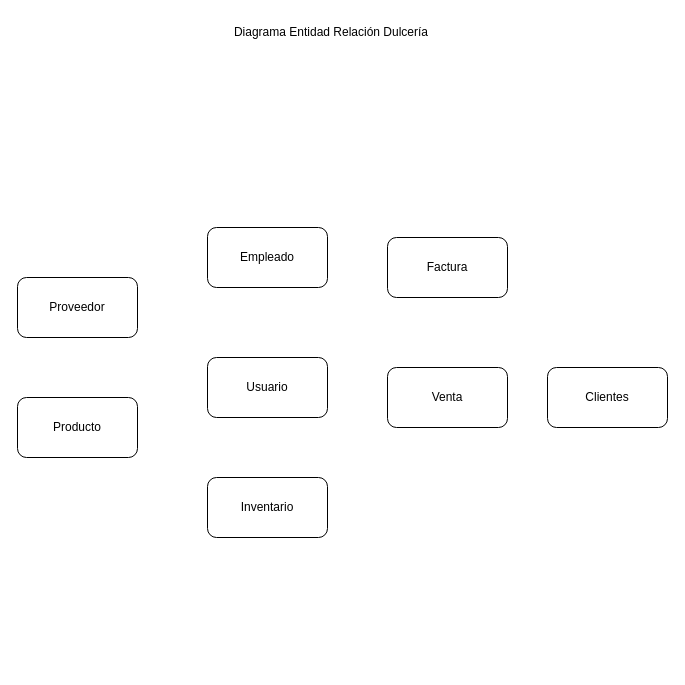
Earlier version of the draw.io diagram Dulcería.drawio (AlexAntonio29/PracticasProgramacion). Source tidied: cells renumbered, new cells numbered last; positions are measured from the earlier drawing's top-left corner, leaving out a move shared by most shapes. Both pictures are drawn from the tidied source at 100%, with x=0, y=0 at pixel (17, 17).
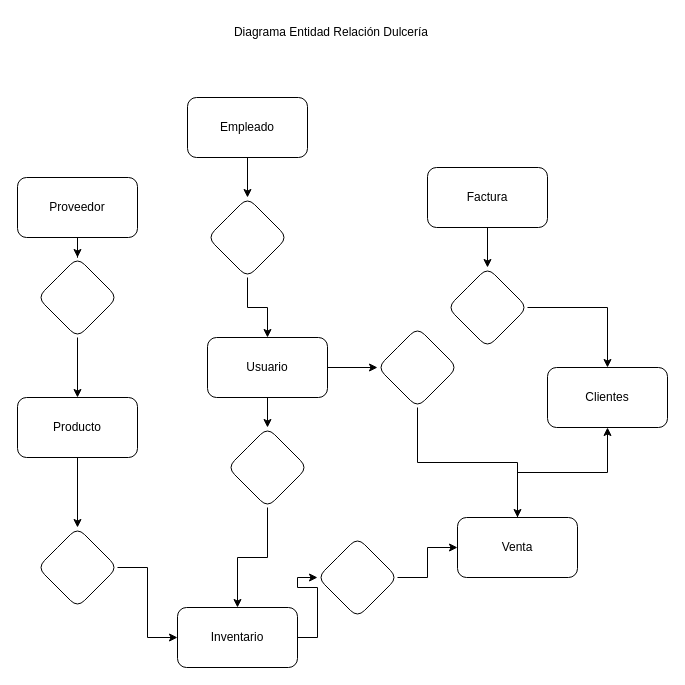
The same page after the edit.

The change refers to these unchanged cells:
```xml
<mxCell id="3" value="Clientes" style="rounded=1;whiteSpace=wrap;html=1;" parent="1" vertex="1">
  <mxGeometry x="530" y="350" width="120" height="60" as="geometry" />
</mxCell>
<mxCell id="9" value="Producto" style="rounded=1;whiteSpace=wrap;html=1;" parent="1" vertex="1">
  <mxGeometry y="380" width="120" height="60" as="geometry" />
</mxCell>
```

What changed in the source:
```diff
@@
+    <mxCell id="11" style="edgeStyle=orthogonalEdgeStyle;rounded=0;jettySize=auto;html=1;" parent="1" edge="1" source="2" target="32">
+      <mxGeometry relative="1" as="geometry" />
+    </mxCell>
     <mxCell id="2" value="Inventario" style="rounded=1;whiteSpace=wrap;html=1;" parent="1" vertex="1">
-      <mxGeometry x="190" y="460" width="120" height="60" as="geometry" />
+      <mxGeometry x="160" y="590" width="120" height="60" as="geometry" />
     </mxCell>
@@
+    <mxCell id="12" style="edgeStyle=orthogonalEdgeStyle;rounded=0;jettySize=auto;html=1;" parent="1" edge="1" source="4" target="22">
+      <mxGeometry relative="1" as="geometry" />
+    </mxCell>
     <mxCell id="4" value="Proveedor" style="rounded=1;whiteSpace=wrap;html=1;" parent="1" vertex="1">
-      <mxGeometry y="260" width="120" height="60" as="geometry" />
+      <mxGeometry y="160" width="120" height="60" as="geometry" />
     </mxCell>
+    <mxCell id="13" style="edgeStyle=orthogonalEdgeStyle;rounded=0;jettySize=auto;html=1;" parent="1" edge="1" source="5" target="24">
+      <mxGeometry relative="1" as="geometry" />
+    </mxCell>
     <mxCell id="5" value="Empleado" style="rounded=1;whiteSpace=wrap;html=1;" parent="1" vertex="1">
-      <mxGeometry x="190" y="210" width="120" height="60" as="geometry" />
+      <mxGeometry x="170" y="80" width="120" height="60" as="geometry" />
     </mxCell>
+    <mxCell id="14" style="edgeStyle=orthogonalEdgeStyle;rounded=0;jettySize=auto;html=1;exitX=0.5;exitY=1;exitDx=0;exitDy=0;entryX=0.5;entryY=0;entryDx=0;entryDy=0;" parent="1" edge="1" source="6" target="26">
+      <mxGeometry relative="1" as="geometry" />
+    </mxCell>
+    <mxCell id="15" style="edgeStyle=orthogonalEdgeStyle;rounded=0;jettySize=auto;html=1;" parent="1" edge="1" source="6" target="30">
+      <mxGeometry relative="1" as="geometry" />
+    </mxCell>
     <mxCell id="6" value="Usuario" style="rounded=1;whiteSpace=wrap;html=1;" parent="1" vertex="1">
-      <mxGeometry x="190" y="340" width="120" height="60" as="geometry" />
+      <mxGeometry x="190" y="320" width="120" height="60" as="geometry" />
     </mxCell>
+    <mxCell id="16" style="edgeStyle=orthogonalEdgeStyle;rounded=0;jettySize=auto;html=1;entryX=0.5;entryY=1;entryDx=0;entryDy=0;" parent="1" edge="1" source="7" target="3">
+      <mxGeometry relative="1" as="geometry" />
+    </mxCell>
     <mxCell id="7" value="Venta" style="rounded=1;whiteSpace=wrap;html=1;" parent="1" vertex="1">
-      <mxGeometry x="370" y="350" width="120" height="60" as="geometry" />
+      <mxGeometry x="440" y="500" width="120" height="60" as="geometry" />
     </mxCell>
+    <mxCell id="17" style="edgeStyle=orthogonalEdgeStyle;rounded=0;jettySize=auto;html=1;" parent="1" edge="1" source="8" target="28">
+      <mxGeometry relative="1" as="geometry" />
+    </mxCell>
     <mxCell id="8" value="Factura" style="rounded=1;whiteSpace=wrap;html=1;" parent="1" vertex="1">
-      <mxGeometry x="370" y="220" width="120" height="60" as="geometry" />
+      <mxGeometry x="410" y="150" width="120" height="60" as="geometry" />
     </mxCell>
+    <mxCell id="18" style="edgeStyle=orthogonalEdgeStyle;rounded=0;jettySize=auto;html=1;" parent="1" edge="1" source="9" target="20">
+      <mxGeometry relative="1" as="geometry" />
+    </mxCell>
@@
+    <mxCell id="19" style="edgeStyle=orthogonalEdgeStyle;rounded=0;jettySize=auto;html=1;entryX=0;entryY=0.5;entryDx=0;entryDy=0;" parent="1" edge="1" source="20" target="2">
+      <mxGeometry relative="1" as="geometry" />
+    </mxCell>
+    <mxCell id="20" style="rhombus;whiteSpace=wrap;html=1;rounded=1;" parent="1" vertex="1">
+      <mxGeometry x="20" y="510" width="80" height="80" as="geometry" />
+    </mxCell>
+    <mxCell id="21" style="edgeStyle=orthogonalEdgeStyle;rounded=0;jettySize=auto;html=1;entryX=0.5;entryY=0;entryDx=0;entryDy=0;" parent="1" edge="1" source="22" target="9">
+      <mxGeometry relative="1" as="geometry" />
+    </mxCell>
+    <mxCell id="22" style="rhombus;whiteSpace=wrap;html=1;rounded=1;" parent="1" vertex="1">
+      <mxGeometry x="20" y="240" width="80" height="80" as="geometry" />
+    </mxCell>
+    <mxCell id="23" style="edgeStyle=orthogonalEdgeStyle;rounded=0;jettySize=auto;html=1;entryX=0.5;entryY=0;entryDx=0;entryDy=0;" parent="1" edge="1" source="24" target="6">
+      <mxGeometry relative="1" as="geometry" />
+    </mxCell>
+    <mxCell id="24" style="rhombus;whiteSpace=wrap;html=1;rounded=1;" parent="1" vertex="1">
+      <mxGeometry x="190" y="180" width="80" height="80" as="geometry" />
+    </mxCell>
+    <mxCell id="25" style="edgeStyle=orthogonalEdgeStyle;rounded=0;jettySize=auto;html=1;exitX=0.5;exitY=1;exitDx=0;exitDy=0;entryX=0.5;entryY=0;entryDx=0;entryDy=0;" parent="1" edge="1" source="26" target="2">
+      <mxGeometry relative="1" as="geometry" />
+    </mxCell>
+    <mxCell id="26" style="rhombus;whiteSpace=wrap;html=1;rounded=1;" parent="1" vertex="1">
+      <mxGeometry x="210" y="410" width="80" height="80" as="geometry" />
+    </mxCell>
+    <mxCell id="27" style="edgeStyle=orthogonalEdgeStyle;rounded=0;jettySize=auto;html=1;entryX=0.5;entryY=0;entryDx=0;entryDy=0;" parent="1" edge="1" source="28" target="3">
+      <mxGeometry relative="1" as="geometry" />
+    </mxCell>
+    <mxCell id="28" style="rhombus;whiteSpace=wrap;html=1;rounded=1;" parent="1" vertex="1">
+      <mxGeometry x="430" y="250" width="80" height="80" as="geometry" />
+    </mxCell>
+    <mxCell id="29" style="edgeStyle=orthogonalEdgeStyle;rounded=0;jettySize=auto;html=1;entryX=0.5;entryY=0;entryDx=0;entryDy=0;" parent="1" edge="1" source="30" target="7">
+      <mxGeometry relative="1" as="geometry" />
+    </mxCell>
+    <mxCell id="30" style="rhombus;whiteSpace=wrap;html=1;rounded=1;" parent="1" vertex="1">
+      <mxGeometry x="360" y="310" width="80" height="80" as="geometry" />
+    </mxCell>
+    <mxCell id="31" style="edgeStyle=orthogonalEdgeStyle;rounded=0;jettySize=auto;html=1;entryX=0;entryY=0.5;entryDx=0;entryDy=0;" parent="1" edge="1" source="32" target="7">
+      <mxGeometry relative="1" as="geometry" />
+    </mxCell>
+    <mxCell id="32" style="rhombus;whiteSpace=wrap;html=1;rounded=1;" parent="1" vertex="1">
+      <mxGeometry x="300" y="520" width="80" height="80" as="geometry" />
+    </mxCell>
```
